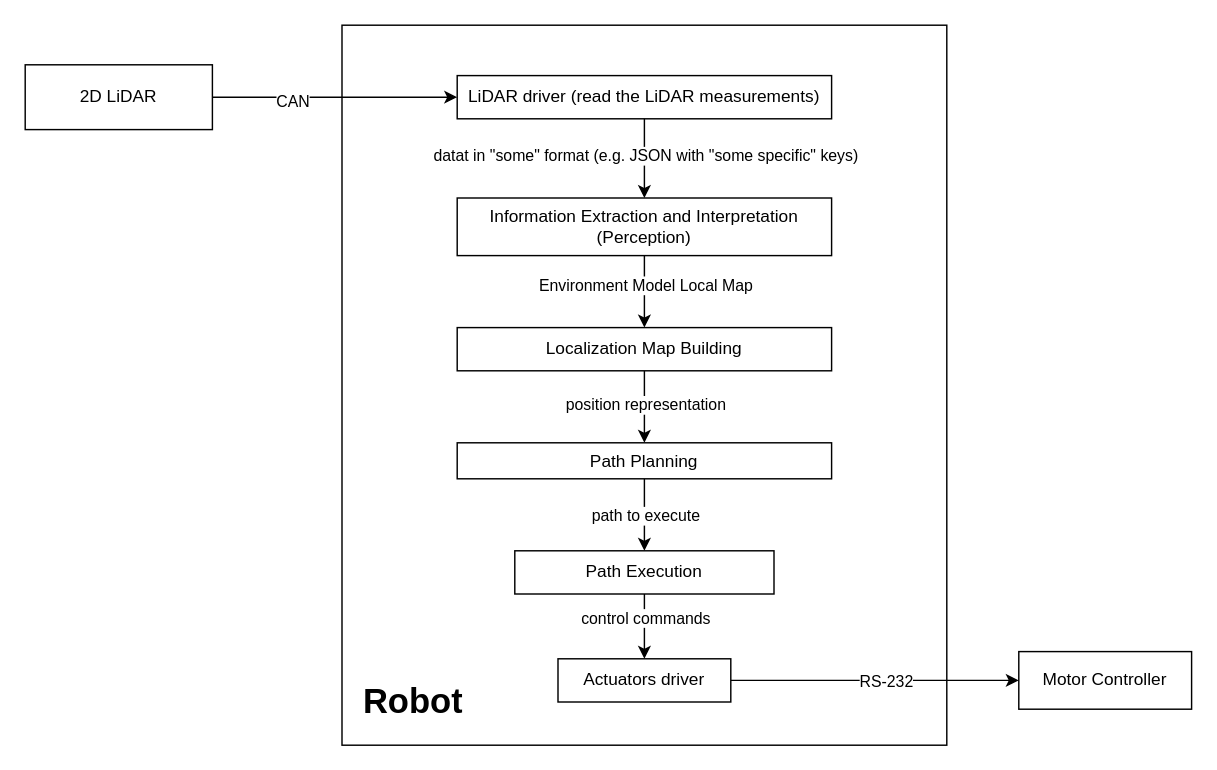
This is page "Page-1" (1 of 8) of src/resources/ros.drawio from harleylara/robotics, a draw.io file, before an edit. Source tidied: cells renumbered, new cells numbered last; positions are measured from the earlier drawing's top-left corner, leaving out a move shared by most shapes. Both pictures are drawn from the tidied source at 144%, with x=0, y=0 at pixel (24, 24).
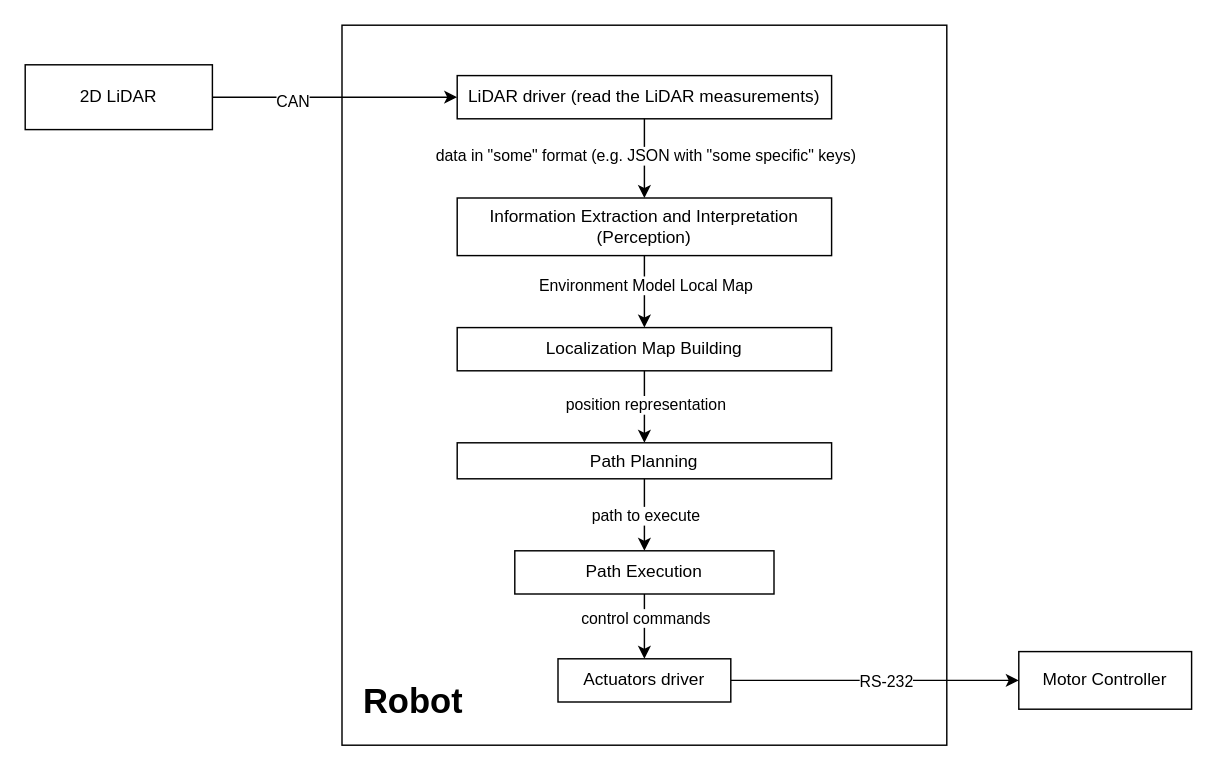
The same page after the edit.

Commit message:
fix typo in diagram

Unchanged cells that the change refers to:
```xml
<mxCell id="10" style="endArrow=classic;html=1;rounded=0;exitX=0.5;exitY=1;exitDx=0;exitDy=0;entryX=0.5;entryY=0;entryDx=0;entryDy=0;" parent="1" edge="1" source="6" target="9">
  <mxGeometry relative="1" as="geometry" />
</mxCell>
```

The edit, as a diff of the source:
```diff
@@
-    <mxCell id="11" value="datat in &quot;some&quot; format (e.g. JSON with &quot;some specific&quot; keys)" style="edgeLabel;html=1;align=center;verticalAlign=middle;" parent="10" vertex="1">
+    <mxCell id="11" value="data in &quot;some&quot; format (e.g. JSON with &quot;some specific&quot; keys)" style="edgeLabel;html=1;align=center;verticalAlign=middle;" parent="10" vertex="1">
       <mxGeometry x="-0.4" y="-1" relative="1" as="geometry">
         <mxPoint x="1" y="8" as="offset" />
       </mxGeometry>
     </mxCell>
```
